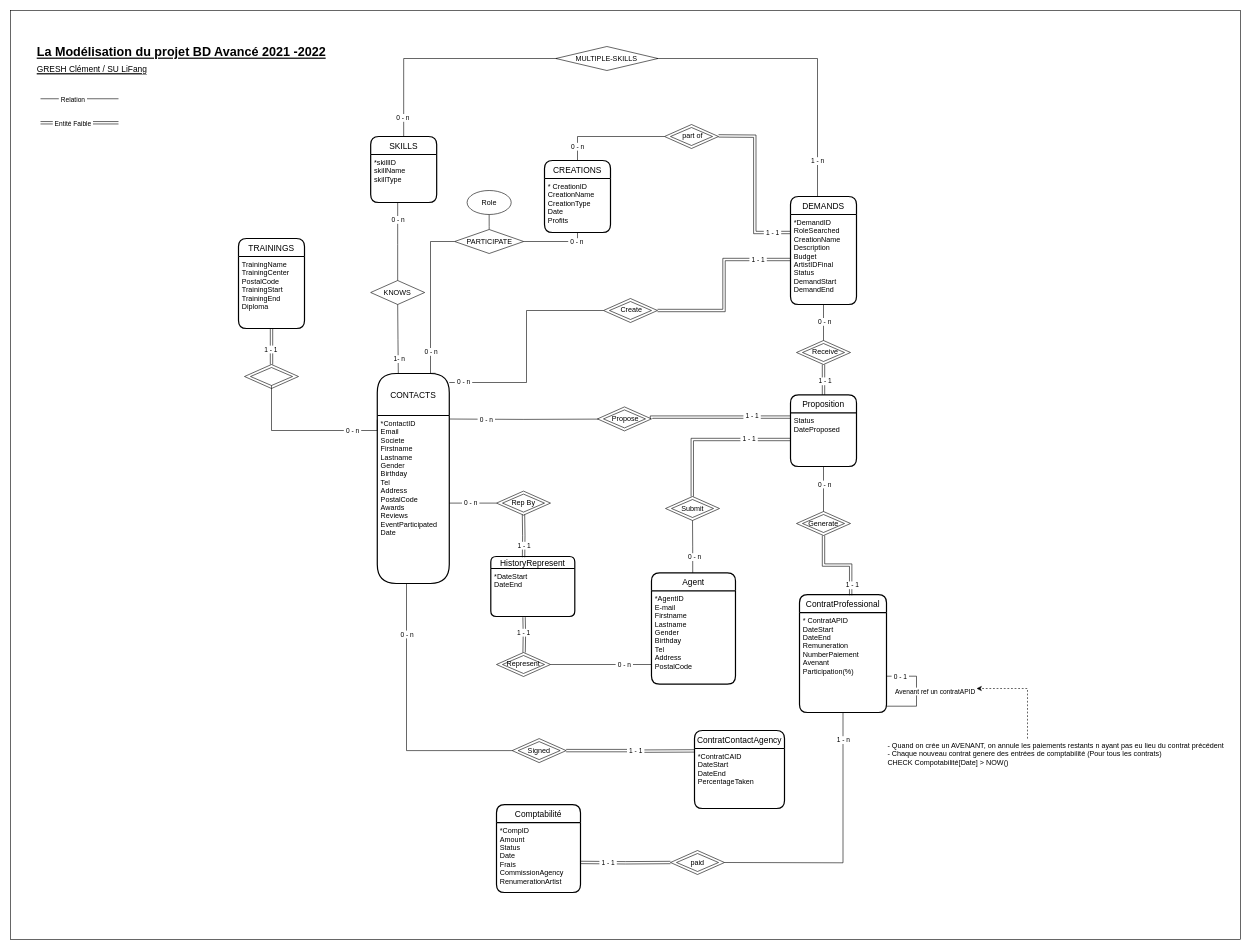
Above: Modelisation/modelisationV23DeletedComments.drawio in clement-gresh/M1-BDD_agence_artistique (draw.io), before the change. Source tidied: cells renumbered, new cells numbered last; positions are measured from the earlier drawing's top-left corner, leaving out a move shared by most shapes. Both pictures are drawn from the tidied source at 60%, with x=0, y=0 at pixel (10, 10).
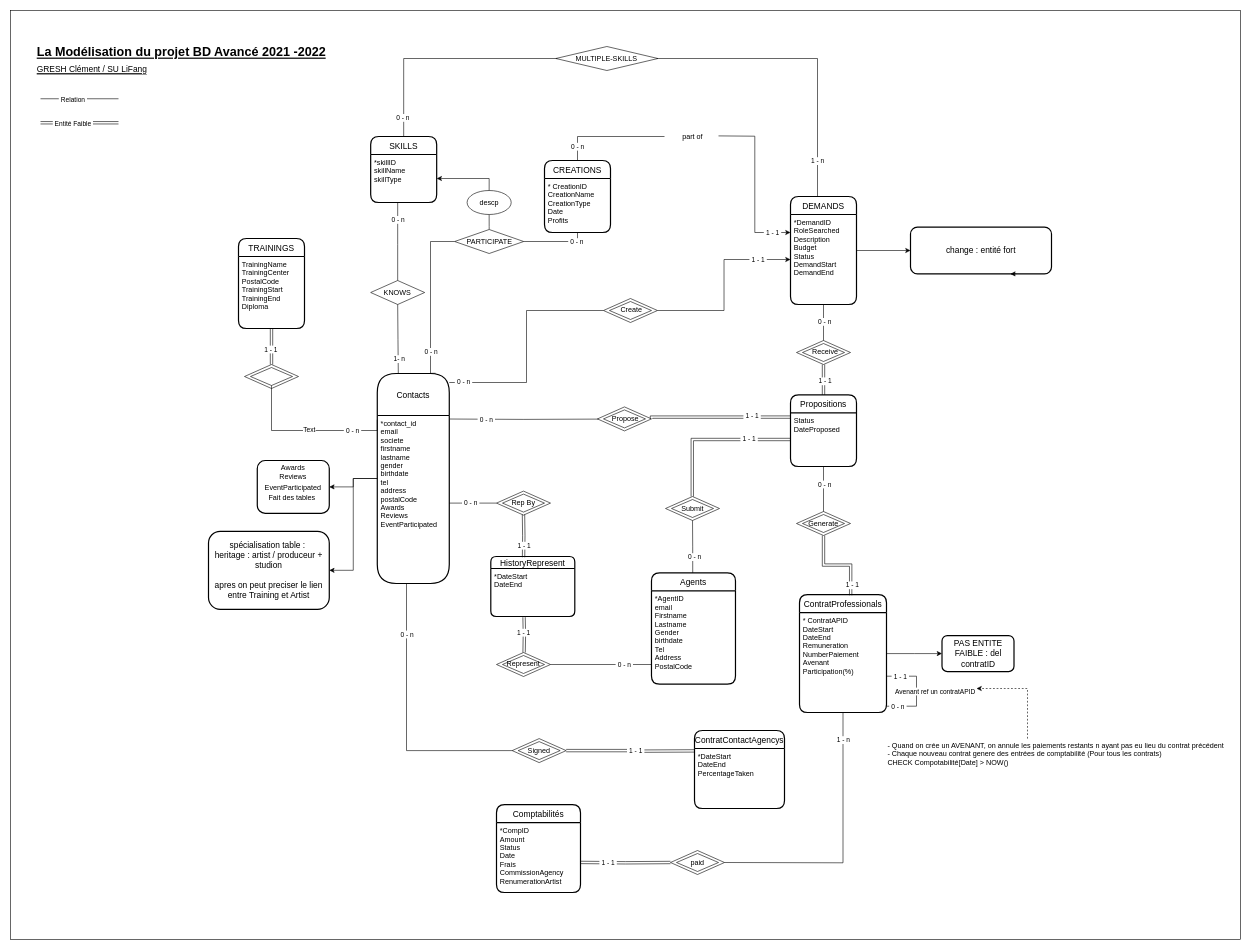
The same page after the edit.

Commit message:
Modelisation : deleted weak entity

The change refers to these unchanged cells:
```xml
<mxCell id="13" style="edgeStyle=orthogonalEdgeStyle;rounded=0;orthogonalLoop=1;jettySize=auto;html=1;endArrow=none;endFill=0;" parent="11" edge="1" source="12" target="12">
  <mxGeometry relative="1" as="geometry">
    <Array as="points">
      <mxPoint x="195" y="136" />
      <mxPoint x="195" y="186" />
    </Array>
  </mxGeometry>
</mxCell>
<mxCell id="16" value="DEMANDS" style="swimlane;horizontal=1;startSize=30;rounded=1;fontSize=14;fontStyle=0;strokeWidth=2;shadow=0;dashed=0;align=center;" parent="1" vertex="1">
  <mxGeometry x="1300" y="310" width="110" height="180" as="geometry" />
</mxCell>
<mxCell id="35" value="*skillID&#10;skillName&#10;skillType&#10;" style="align=left;strokeColor=none;fillColor=none;spacingLeft=4;fontSize=12;verticalAlign=top;" parent="34" vertex="1">
  <mxGeometry y="30" width="110" height="80" as="geometry" />
</mxCell>
<mxCell id="49" style="edgeStyle=orthogonalEdgeStyle;rounded=0;jettySize=auto;html=1;entryX=0;entryY=0.025;entryDx=0;entryDy=0;entryPerimeter=0;endArrow=none;endFill=0;" parent="1" edge="1" source="46" target="6">
  <mxGeometry relative="1" as="geometry">
    <Array as="points">
      <mxPoint x="435" y="700" />
    </Array>
  </mxGeometry>
</mxCell>
<mxCell id="53" value="CREATIONS" style="swimlane;horizontal=1;startSize=30;rounded=1;fontSize=14;fontStyle=0;strokeWidth=2;shadow=0;dashed=0;align=center;" parent="1" vertex="1">
  <mxGeometry x="890" y="250" width="110" height="120" as="geometry" />
</mxCell>
<mxCell id="111" style="rhombus;whiteSpace=wrap;html=1;align=left;verticalAlign=top;" parent="110" vertex="1">
  <mxGeometry width="90" height="40" as="geometry" />
</mxCell>
```

The edit, as a diff of the source:
```diff
@@
+    <mxCell id="167" style="edgeStyle=orthogonalEdgeStyle;rounded=0;jettySize=auto;html=1;startArrow=none;startFill=0;" parent="1" edge="1" source="5" target="176">
+      <mxGeometry relative="1" as="geometry" />
+    </mxCell>
+    <mxCell id="168" style="edgeStyle=orthogonalEdgeStyle;rounded=0;jettySize=auto;html=1;startArrow=none;startFill=0;" parent="1" edge="1" source="5" target="177">
+      <mxGeometry relative="1" as="geometry" />
+    </mxCell>
-    <mxCell id="5" value="CONTACTS" style="swimlane;horizontal=1;startSize=70;rounded=1;fontSize=14;fontStyle=0;strokeWidth=2;shadow=0;dashed=0;align=center;" parent="1" vertex="1">
+    <mxCell id="5" value="Contacts" style="swimlane;horizontal=1;startSize=70;rounded=1;fontSize=14;fontStyle=0;strokeWidth=2;shadow=0;dashed=0;align=center;" parent="1" vertex="1">
       <mxGeometry x="611.3" y="605" width="120" height="350" as="geometry" />
     </mxCell>
-    <mxCell id="6" value="*ContactID&#10;Email&#10;Societe&#10;Firstname&#10;Lastname&#10;Gender&#10;Birthday&#10;Tel&#10;Address&#10;PostalCode&#10;Awards&#10;Reviews&#10;EventParticipated&#10;Date&#10;" style="align=left;strokeColor=none;fillColor=none;spacingLeft=4;fontSize=12;verticalAlign=top;" parent="5" vertex="1">
+    <mxCell id="6" value="*contact_id&#10;email&#10;societe&#10;firstname&#10;lastname&#10;gender&#10;birthdate&#10;tel&#10;address&#10;postalCode&#10;Awards&#10;Reviews&#10;EventParticipated&#10;&#10;" style="align=left;strokeColor=none;fillColor=none;spacingLeft=4;fontSize=12;verticalAlign=top;" parent="5" vertex="1">
       <mxGeometry y="70" width="120" height="280" as="geometry" />
     </mxCell>
-    <mxCell id="7" value="Agent" style="swimlane;horizontal=1;startSize=30;rounded=1;fontSize=14;fontStyle=0;strokeWidth=2;shadow=0;dashed=0;align=center;" parent="1" vertex="1">
+    <mxCell id="7" value="Agents" style="swimlane;horizontal=1;startSize=30;rounded=1;fontSize=14;fontStyle=0;strokeWidth=2;shadow=0;dashed=0;align=center;" parent="1" vertex="1">
       <mxGeometry x="1068.3" y="937.2" width="140" height="185.6" as="geometry" />
     </mxCell>
-    <mxCell id="8" value="*AgentID&#10;E-mail&#10;Firstname&#10;Lastname&#10;Gender&#10;Birthday&#10;Tel&#10;Address&#10;PostalCode" style="align=left;strokeColor=none;fillColor=none;spacingLeft=4;fontSize=12;verticalAlign=top;" parent="7" vertex="1">
+    <mxCell id="8" value="*AgentID&#10;email&#10;Firstname&#10;Lastname&#10;Gender&#10;birthdate&#10;Tel&#10;Address&#10;PostalCode" style="align=left;strokeColor=none;fillColor=none;spacingLeft=4;fontSize=12;verticalAlign=top;" parent="7" vertex="1">
       <mxGeometry y="30" width="140" height="155.6" as="geometry" />
     </mxCell>
-    <mxCell id="9" value="ContratContactAgency" style="swimlane;horizontal=1;startSize=30;rounded=1;fontSize=14;fontStyle=0;strokeWidth=2;shadow=0;dashed=0;align=center;" parent="1" vertex="1">
+    <mxCell id="9" value="ContratContactAgencys" style="swimlane;horizontal=1;startSize=30;rounded=1;fontSize=14;fontStyle=0;strokeWidth=2;shadow=0;dashed=0;align=center;" parent="1" vertex="1">
       <mxGeometry x="1140" y="1200" width="150" height="130" as="geometry" />
     </mxCell>
-    <mxCell id="10" value="*ContratCAID&#10;DateStart&#10;DateEnd&#10;PercentageTaken" style="align=left;strokeColor=none;fillColor=none;spacingLeft=4;fontSize=12;verticalAlign=top;" parent="9" vertex="1">
+    <mxCell id="10" value="*DateStart&#10;DateEnd&#10;PercentageTaken" style="align=left;strokeColor=none;fillColor=none;spacingLeft=4;fontSize=12;verticalAlign=top;" parent="9" vertex="1">
       <mxGeometry y="30" width="150" height="100" as="geometry" />
     </mxCell>
+    <mxCell id="169" style="edgeStyle=orthogonalEdgeStyle;rounded=0;jettySize=auto;html=1;startArrow=none;startFill=0;" parent="1" edge="1" source="11" target="175">
+      <mxGeometry relative="1" as="geometry" />
+    </mxCell>
-    <mxCell id="11" value="ContratProfessional" style="swimlane;horizontal=1;startSize=30;rounded=1;fontSize=14;fontStyle=0;strokeWidth=2;shadow=0;dashed=0;align=center;" parent="1" vertex="1">
+    <mxCell id="11" value="ContratProfessionals" style="swimlane;horizontal=1;startSize=30;rounded=1;fontSize=14;fontStyle=0;strokeWidth=2;shadow=0;dashed=0;align=center;" parent="1" vertex="1">
       <mxGeometry x="1315" y="973.5" width="145" height="196.5" as="geometry" />
     </mxCell>
@@
-    <mxCell id="15" value="&amp;nbsp;0 - 1&amp;nbsp;" style="edgeLabel;html=1;align=center;verticalAlign=middle;" parent="13" vertex="1">
+    <mxCell id="15" value="&amp;nbsp;1 - 1&amp;nbsp;" style="edgeLabel;html=1;align=center;verticalAlign=middle;" parent="13" vertex="1">
       <mxGeometry x="-0.77" relative="1" as="geometry">
         <mxPoint x="5" as="offset" />
       </mxGeometry>
     </mxCell>
+    <mxCell id="170" value="&amp;nbsp;0 - n&amp;nbsp;" style="edgeLabel;html=1;align=center;verticalAlign=middle;" parent="13" vertex="1">
+      <mxGeometry x="0.76" relative="1" as="geometry" />
+    </mxCell>
+    <mxCell id="171" style="edgeStyle=orthogonalEdgeStyle;rounded=0;jettySize=auto;html=1;" parent="1" edge="1" source="16" target="173">
+      <mxGeometry relative="1" as="geometry" />
+    </mxCell>
@@
-    <mxCell id="17" value="*DemandID&#10;RoleSearched&#10;CreationName&#10;Description&#10;Budget&#10;ArtistIDFinal&#10;Status&#10;DemandStart&#10;DemandEnd&#10;" style="align=left;strokeColor=none;fillColor=none;spacingLeft=4;fontSize=12;verticalAlign=top;" parent="16" vertex="1">
+    <mxCell id="17" value="*DemandID&#10;RoleSearched&#10;Description&#10;Budget&#10;Status&#10;DemandStart&#10;DemandEnd&#10;" style="align=left;strokeColor=none;fillColor=none;spacingLeft=4;fontSize=12;verticalAlign=top;" parent="16" vertex="1">
       <mxGeometry y="30" width="110" height="150" as="geometry" />
     </mxCell>
@@
-    <mxCell id="27" value="Comptabilité" style="swimlane;horizontal=1;startSize=30;rounded=1;fontSize=14;fontStyle=0;strokeWidth=2;shadow=0;dashed=0;align=center;" parent="1" vertex="1">
+    <mxCell id="27" value="Comptabilités" style="swimlane;horizontal=1;startSize=30;rounded=1;fontSize=14;fontStyle=0;strokeWidth=2;shadow=0;dashed=0;align=center;" parent="1" vertex="1">
       <mxGeometry x="810" y="1323.5" width="140" height="146.5" as="geometry" />
     </mxCell>
@@
+    <mxCell id="172" value="Text" style="edgeLabel;html=1;align=center;verticalAlign=middle;" parent="49" vertex="1">
+      <mxGeometry x="0.02" y="2" relative="1" as="geometry" />
+    </mxCell>
-    <mxCell id="51" style="edgeStyle=orthogonalEdgeStyle;rounded=0;jettySize=auto;html=1;entryX=0;entryY=0.5;entryDx=0;entryDy=0;endArrow=none;endFill=0;" parent="1" edge="1" source="53" target="119">
+    <mxCell id="51" style="edgeStyle=orthogonalEdgeStyle;rounded=0;jettySize=auto;html=1;entryX=0;entryY=0.5;entryDx=0;entryDy=0;endArrow=none;endFill=0;" parent="1" edge="1" source="53">
       <mxGeometry relative="1" as="geometry">
+        <mxPoint x="1090" y="210" as="targetPoint" />
         <Array as="points">
           <mxPoint x="945" y="210" />
         </Array>
       </mxGeometry>
     </mxCell>
@@
-    <mxCell id="60" value="Role" style="ellipse;whiteSpace=wrap;html=1;" parent="1" vertex="1">
+    <mxCell id="60" value="descp" style="ellipse;whiteSpace=wrap;html=1;" parent="1" vertex="1">
       <mxGeometry x="761" y="300" width="73.5" height="40" as="geometry" />
     </mxCell>
@@
-    <mxCell id="73" value="Proposition" style="swimlane;horizontal=1;startSize=30;rounded=1;fontSize=14;fontStyle=0;strokeWidth=2;shadow=0;dashed=0;align=center;" parent="1" vertex="1">
+    <mxCell id="73" value="Propositions" style="swimlane;horizontal=1;startSize=30;rounded=1;fontSize=14;fontStyle=0;strokeWidth=2;shadow=0;dashed=0;align=center;" parent="1" vertex="1">
       <mxGeometry x="1300" y="640.7" width="110" height="119.3" as="geometry" />
     </mxCell>
@@
-    <mxCell id="115" style="edgeStyle=orthogonalEdgeStyle;rounded=0;jettySize=auto;html=1;shape=link;entryX=1;entryY=0.5;entryDx=0;entryDy=0;" parent="1" edge="1" source="17" target="111">
+    <mxCell id="115" style="edgeStyle=orthogonalEdgeStyle;rounded=0;jettySize=auto;html=1;entryX=1;entryY=0.5;entryDx=0;entryDy=0;endArrow=none;endFill=0;startArrow=classic;startFill=1;" parent="1" edge="1" source="17" target="111">
       <mxGeometry relative="1" as="geometry" />
     </mxCell>
@@
-    <mxCell id="117" style="group;" parent="1" vertex="1">
-      <mxGeometry x="1090" y="190" width="90" height="40" as="geometry" />
-    </mxCell>
-    <mxCell id="118" style="group;" parent="117" vertex="1">
-      <mxGeometry width="90" height="40" as="geometry" />
-    </mxCell>
-    <mxCell id="119" style="rhombus;whiteSpace=wrap;html=1;align=left;verticalAlign=top;" parent="118" vertex="1">
-      <mxGeometry width="90" height="40" as="geometry" />
-    </mxCell>
-    <mxCell id="120" style="group;" parent="118" vertex="1">
-      <mxGeometry x="10" y="5" width="70" height="30" as="geometry" />
-    </mxCell>
-    <mxCell id="121" style="rhombus;whiteSpace=wrap;html=1;align=left;verticalAlign=top;" parent="120" vertex="1">
-      <mxGeometry width="70" height="30" as="geometry" />
-    </mxCell>
-    <mxCell id="122" value="part of" style="text;html=1;strokeColor=none;fillColor=none;align=center;verticalAlign=middle;whiteSpace=wrap;rounded=0;" parent="120" vertex="1">
-      <mxGeometry x="7" y="-1" width="60" height="30" as="geometry" />
-    </mxCell>
-    <mxCell id="123" style="edgeStyle=orthogonalEdgeStyle;rounded=0;jettySize=auto;html=1;entryX=0;entryY=0.2;entryDx=0;entryDy=0;entryPerimeter=0;endArrow=classic;endFill=1;shape=link;" parent="1" edge="1" target="17">
+    <mxCell id="123" style="edgeStyle=orthogonalEdgeStyle;rounded=0;jettySize=auto;html=1;entryX=0;entryY=0.2;entryDx=0;entryDy=0;entryPerimeter=0;endArrow=classic;endFill=1;startArrow=none;startFill=0;" parent="1" edge="1" target="17">
       <mxGeometry relative="1" as="geometry">
         <mxPoint x="1180" y="209" as="sourcePoint" />
       </mxGeometry>
     </mxCell>
@@
+    <mxCell id="173" value="change : entité fort" style="whiteSpace=wrap;html=1;rounded=1;shadow=0;dashed=0;fontSize=14;fontStyle=0;strokeWidth=2;startSize=30;" parent="1" vertex="1">
+      <mxGeometry x="1500" y="361" width="235" height="78" as="geometry" />
+    </mxCell>
+    <mxCell id="174" style="edgeStyle=orthogonalEdgeStyle;rounded=0;orthogonalLoop=1;jettySize=auto;html=1;exitX=0.75;exitY=1;exitDx=0;exitDy=0;entryX=0.708;entryY=0.994;entryDx=0;entryDy=0;entryPerimeter=0;" parent="1" edge="1" source="173" target="173">
+      <mxGeometry relative="1" as="geometry" />
+    </mxCell>
+    <mxCell id="175" value="PAS ENTITE FAIBLE : del contratID" style="whiteSpace=wrap;html=1;rounded=1;shadow=0;dashed=0;fontSize=14;fontStyle=0;strokeWidth=2;startSize=30;" parent="1" vertex="1">
+      <mxGeometry x="1552.5" y="1041.8" width="120" height="60" as="geometry" />
+    </mxCell>
+    <mxCell id="176" value="&lt;span style=&quot;font-size: 12px ; text-align: left&quot;&gt;Awards&lt;/span&gt;&lt;br style=&quot;padding: 0px ; margin: 0px ; font-size: 12px ; text-align: left&quot;&gt;&lt;span style=&quot;font-size: 12px ; text-align: left&quot;&gt;Reviews&lt;br&gt;&lt;/span&gt;&lt;span style=&quot;font-size: 12px ; text-align: left&quot;&gt;EventParticipated&lt;/span&gt;&lt;span style=&quot;font-size: 12px ; text-align: left&quot;&gt;&lt;br&gt;Fait des tables&amp;nbsp;&lt;br&gt;&lt;br&gt;&lt;/span&gt;" style="whiteSpace=wrap;html=1;rounded=1;shadow=0;dashed=0;fontSize=14;fontStyle=0;strokeWidth=2;startSize=70;" parent="1" vertex="1">
+      <mxGeometry x="411.3" y="750" width="120" height="88" as="geometry" />
+    </mxCell>
+    <mxCell id="177" value="spécialisation table :&amp;nbsp;&lt;br&gt;heritage : artist / produceur + studion&lt;br&gt;&lt;br&gt;apres on peut preciser le lien entre Training et Artist" style="whiteSpace=wrap;html=1;rounded=1;shadow=0;dashed=0;fontSize=14;fontStyle=0;strokeWidth=2;startSize=70;" parent="1" vertex="1">
+      <mxGeometry x="330" y="868" width="201.3" height="130" as="geometry" />
+    </mxCell>
+    <mxCell id="122" value="part of" style="text;html=1;strokeColor=none;fillColor=none;align=center;verticalAlign=middle;whiteSpace=wrap;rounded=0;" parent="1" vertex="1">
+      <mxGeometry x="1106.7" y="196.1" width="60" height="30" as="geometry" />
+    </mxCell>
+    <mxCell id="178" style="edgeStyle=orthogonalEdgeStyle;rounded=0;jettySize=auto;html=1;entryX=0.5;entryY=0;entryDx=0;entryDy=0;startArrow=classic;startFill=1;endArrow=none;endFill=0;" parent="1" edge="1" source="35" target="60">
+      <mxGeometry relative="1" as="geometry" />
+    </mxCell>
```
